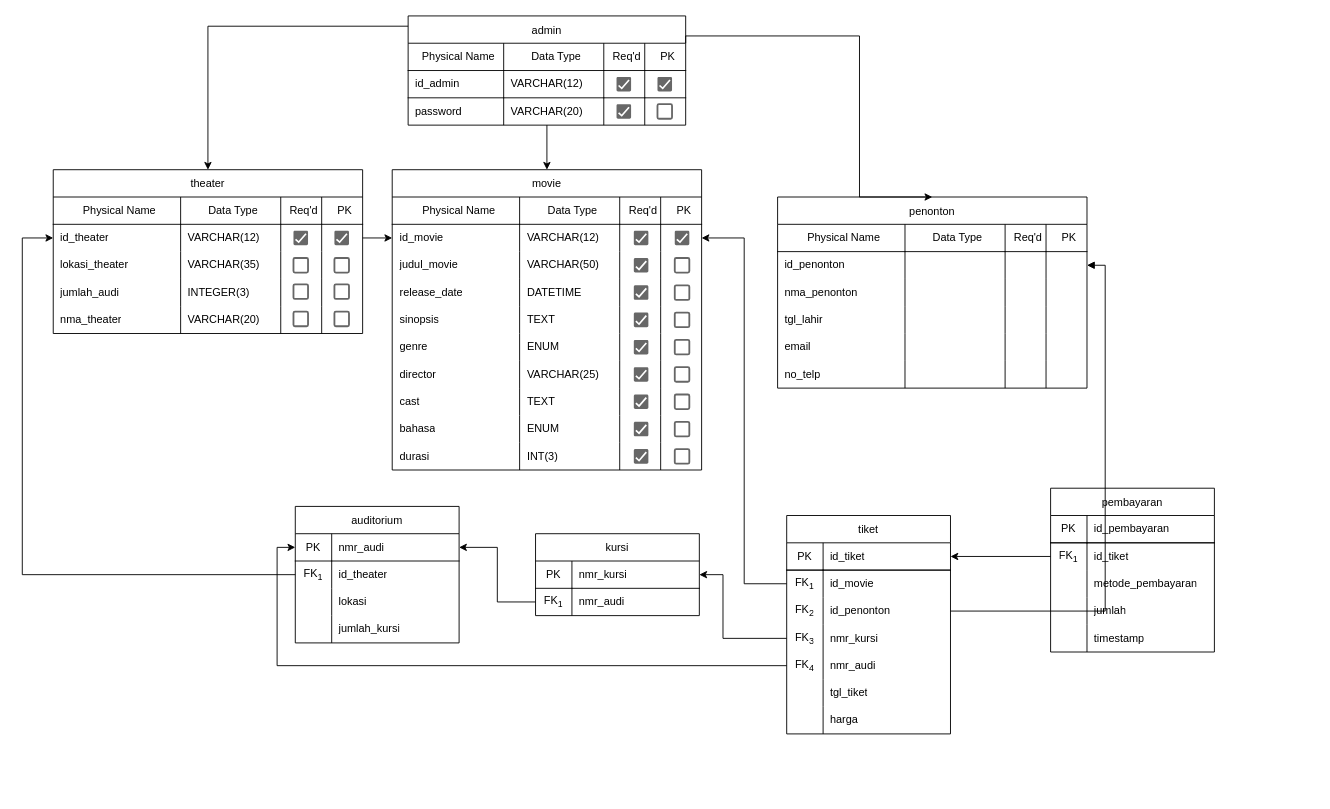
Before: movie_pdm.drawio in vinnnna/sistem-basis-data, a draw.io diagram. Source tidied: cells renumbered, new cells numbered last; positions are measured from the earlier drawing's top-left corner, leaving out a move shared by most shapes. Both pictures are drawn from the tidied source at 91%, with x=0, y=0 at pixel (22, 15).
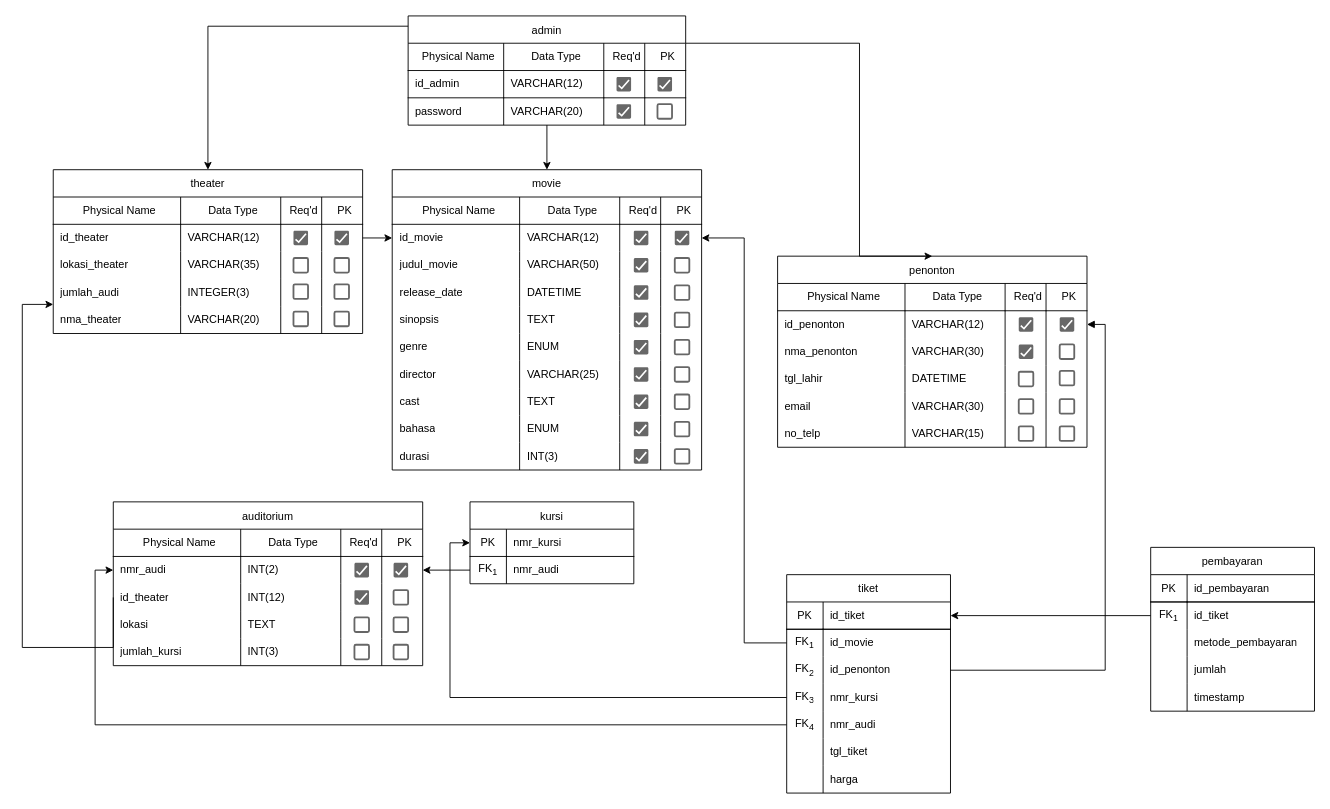
Above is the later version.

Unchanged cells that the change refers to:
```xml
<mxCell id="8" style="shape=tableRow;horizontal=0;startSize=0;swimlaneHead=0;swimlaneBody=0;top=0;left=0;bottom=0;right=0;fillColor=none;points=[[0,0.5],[1,0.5]];portConstraint=eastwest;strokeColor=inherit;fontSize=12;" parent="2" vertex="1">
  <mxGeometry y="60" width="340" height="30" as="geometry" />
</mxCell>
<mxCell id="89" style="shape=tableRow;horizontal=0;startSize=0;swimlaneHead=0;swimlaneBody=0;top=0;left=0;bottom=0;right=0;fillColor=none;points=[[0,0.5],[1,0.5]];portConstraint=eastwest;strokeColor=inherit;fontSize=12;" parent="79" vertex="1">
  <mxGeometry y="120" width="180" height="30" as="geometry" />
</mxCell>
<mxCell id="123" style="shape=tableRow;horizontal=0;startSize=0;swimlaneHead=0;swimlaneBody=0;top=0;left=0;bottom=0;right=0;fillColor=none;points=[[0,0.5],[1,0.5]];portConstraint=eastwest;strokeColor=inherit;fontSize=12;" parent="117" vertex="1">
  <mxGeometry y="60" width="340" height="30" as="geometry" />
</mxCell>
<mxCell id="128" style="shape=tableRow;horizontal=0;startSize=0;swimlaneHead=0;swimlaneBody=0;top=0;left=0;bottom=0;right=0;fillColor=none;strokeColor=inherit;fontSize=12;" parent="117" vertex="1">
  <mxGeometry y="90" width="340" height="30" as="geometry" />
</mxCell>
<mxCell id="133" style="shape=tableRow;horizontal=0;startSize=0;swimlaneHead=0;swimlaneBody=0;top=0;left=0;bottom=0;right=0;fillColor=none;strokeColor=inherit;fontSize=12;" parent="117" vertex="1">
  <mxGeometry y="120" width="340" height="30" as="geometry" />
</mxCell>
<mxCell id="138" style="shape=tableRow;horizontal=0;startSize=0;swimlaneHead=0;swimlaneBody=0;top=0;left=0;bottom=0;right=0;fillColor=none;strokeColor=inherit;fontSize=12;" parent="117" vertex="1">
  <mxGeometry y="150" width="340" height="30" as="geometry" />
</mxCell>
<mxCell id="143" style="shape=tableRow;horizontal=0;startSize=0;swimlaneHead=0;swimlaneBody=0;top=0;left=0;bottom=0;right=0;fillColor=none;strokeColor=inherit;fontSize=12;" parent="117" vertex="1">
  <mxGeometry y="180" width="340" height="30" as="geometry" />
</mxCell>
<mxCell id="150" value="admin" style="shape=table;startSize=30;childLayout=tableLayout;rowLines=0;fontStyle=0;strokeColor=default;fontSize=12;" parent="1" vertex="1">
  <mxGeometry x="424" width="305" height="120" as="geometry" />
</mxCell>
<mxCell id="180" style="shape=tableRow;horizontal=0;startSize=0;swimlaneHead=0;swimlaneBody=0;top=0;left=0;bottom=0;right=0;fillColor=none;points=[[0,0.5],[1,0.5]];portConstraint=eastwest;strokeColor=inherit;fontSize=12;" parent="179" vertex="1">
  <mxGeometry y="30" width="180" height="30" as="geometry" />
</mxCell>
```

The edit, as a diff of the source:
```diff
@@
     <mxCell id="79" value="tiket" style="shape=table;startSize=30;childLayout=tableLayout;rowLines=0;fontStyle=0;strokeColor=default;fontSize=12;" parent="1" vertex="1">
-      <mxGeometry x="840" y="549" width="180" height="240" as="geometry" />
+      <mxGeometry x="840" y="614" width="180" height="240" as="geometry" />
     </mxCell>
@@
     <mxCell id="101" value="pembayaran" style="shape=table;startSize=30;childLayout=tableLayout;rowLines=0;fontStyle=0;strokeColor=default;fontSize=12;" parent="1" vertex="1">
-      <mxGeometry x="1130" y="519" width="180" height="180" as="geometry" />
+      <mxGeometry x="1240" y="584" width="180" height="180" as="geometry" />
     </mxCell>
@@
     <mxCell id="117" value="penonton" style="shape=table;startSize=30;childLayout=tableLayout;rowLines=0;fontStyle=0;strokeColor=default;fontSize=12;" parent="1" vertex="1">
-      <mxGeometry x="830" y="199" width="340" height="210" as="geometry" />
+      <mxGeometry x="830" y="264" width="340" height="210" as="geometry" />
     </mxCell>
@@
-    <mxCell id="125" style="shape=partialRectangle;html=1;whiteSpace=wrap;fillColor=none;top=0;left=0;bottom=0;right=0;align=left;spacingLeft=6;overflow=hidden;strokeColor=inherit;fontSize=12;strokeWidth=1;" parent="123" vertex="1">
+    <mxCell id="125" value="VARCHAR(12)" style="shape=partialRectangle;html=1;whiteSpace=wrap;fillColor=none;top=0;left=0;bottom=0;right=0;align=left;spacingLeft=6;overflow=hidden;strokeColor=inherit;fontSize=12;strokeWidth=1;" parent="123" vertex="1">
       <mxGeometry x="140" width="110" height="30" as="geometry" />
     </mxCell>
@@
-    <mxCell id="130" style="shape=partialRectangle;html=1;whiteSpace=wrap;fillColor=none;top=0;left=0;bottom=0;right=0;align=left;spacingLeft=6;overflow=hidden;strokeColor=inherit;fontSize=12;" parent="128" vertex="1">
+    <mxCell id="130" value="VARCHAR(30)" style="shape=partialRectangle;html=1;whiteSpace=wrap;fillColor=none;top=0;left=0;bottom=0;right=0;align=left;spacingLeft=6;overflow=hidden;strokeColor=inherit;fontSize=12;" parent="128" vertex="1">
       <mxGeometry x="140" width="110" height="30" as="geometry" />
     </mxCell>
@@
-    <mxCell id="135" style="shape=partialRectangle;html=1;whiteSpace=wrap;fillColor=none;top=0;left=0;bottom=0;right=0;align=left;spacingLeft=6;overflow=hidden;strokeColor=inherit;fontSize=12;" parent="133" vertex="1">
+    <mxCell id="135" value="DATETIME" style="shape=partialRectangle;html=1;whiteSpace=wrap;fillColor=none;top=0;left=0;bottom=0;right=0;align=left;spacingLeft=6;overflow=hidden;strokeColor=inherit;fontSize=12;" parent="133" vertex="1">
       <mxGeometry x="140" width="110" height="30" as="geometry" />
     </mxCell>
@@
-    <mxCell id="140" style="shape=partialRectangle;html=1;whiteSpace=wrap;fillColor=none;top=0;left=0;bottom=0;right=0;align=left;spacingLeft=6;overflow=hidden;strokeColor=inherit;fontSize=12;" parent="138" vertex="1">
+    <mxCell id="140" value="VARCHAR(30)" style="shape=partialRectangle;html=1;whiteSpace=wrap;fillColor=none;top=0;left=0;bottom=0;right=0;align=left;spacingLeft=6;overflow=hidden;strokeColor=inherit;fontSize=12;" parent="138" vertex="1">
       <mxGeometry x="140" width="110" height="30" as="geometry" />
     </mxCell>
@@
-    <mxCell id="145" style="shape=partialRectangle;html=1;whiteSpace=wrap;fillColor=none;top=0;left=0;bottom=0;right=0;align=left;spacingLeft=6;overflow=hidden;strokeColor=inherit;fontSize=12;" parent="143" vertex="1">
+    <mxCell id="145" value="VARCHAR(15)" style="shape=partialRectangle;html=1;whiteSpace=wrap;fillColor=none;top=0;left=0;bottom=0;right=0;align=left;spacingLeft=6;overflow=hidden;strokeColor=inherit;fontSize=12;" parent="143" vertex="1">
       <mxGeometry x="140" width="110" height="30" as="geometry" />
     </mxCell>
@@
     <mxCell id="166" value="auditorium" style="shape=table;startSize=30;childLayout=tableLayout;rowLines=0;fontStyle=0;strokeColor=default;fontSize=12;" parent="1" vertex="1">
-      <mxGeometry x="300" y="539" width="180" height="150" as="geometry" />
+      <mxGeometry x="100" y="534" width="340" height="180" as="geometry" />
     </mxCell>
+    <mxCell id="225" style="shape=tableRow;horizontal=0;startSize=0;swimlaneHead=0;swimlaneBody=0;top=0;left=0;bottom=0;right=0;fillColor=none;strokeColor=inherit;fontSize=12;" parent="166" vertex="1">
+      <mxGeometry y="30" width="340" height="30" as="geometry" />
+    </mxCell>
+    <mxCell id="226" value="Physical Name" style="shape=partialRectangle;html=1;whiteSpace=wrap;fillColor=none;top=0;left=0;bottom=1;right=0;align=center;spacingLeft=6;overflow=hidden;strokeColor=inherit;fontSize=12;strokeWidth=1;" parent="225" vertex="1">
+      <mxGeometry width="140" height="30" as="geometry" />
+    </mxCell>
+    <mxCell id="227" value="Data Type" style="shape=partialRectangle;html=1;whiteSpace=wrap;fillColor=none;top=0;left=0;bottom=1;right=0;align=center;spacingLeft=6;overflow=hidden;strokeColor=inherit;fontSize=12;strokeWidth=1;" parent="225" vertex="1">
+      <mxGeometry x="140" width="110" height="30" as="geometry" />
+    </mxCell>
+    <mxCell id="228" value="Req'd" style="shape=partialRectangle;html=1;whiteSpace=wrap;fillColor=none;top=0;left=0;bottom=1;right=0;align=center;spacingLeft=6;overflow=hidden;strokeColor=inherit;fontSize=12;strokeWidth=1;" parent="225" vertex="1">
+      <mxGeometry x="250" width="45" height="30" as="geometry" />
+    </mxCell>
+    <mxCell id="168" value="PK" style="shape=partialRectangle;html=1;whiteSpace=wrap;fillColor=none;top=0;left=0;bottom=1;right=0;align=center;spacingLeft=6;overflow=hidden;strokeColor=inherit;fontSize=12;strokeWidth=1;" parent="225" vertex="1">
+      <mxGeometry x="295" width="45" height="30" as="geometry" />
+    </mxCell>
     <mxCell id="167" style="shape=tableRow;horizontal=0;startSize=0;swimlaneHead=0;swimlaneBody=0;top=0;left=0;bottom=0;right=0;fillColor=none;points=[[0,0.5],[1,0.5]];portConstraint=eastwest;strokeColor=inherit;fontSize=12;" parent="166" vertex="1">
-      <mxGeometry y="30" width="180" height="30" as="geometry" />
+      <mxGeometry y="60" width="340" height="30" as="geometry" />
     </mxCell>
-    <mxCell id="168" value="PK" style="shape=partialRectangle;html=1;whiteSpace=wrap;fillColor=none;top=0;left=0;bottom=1;right=0;overflow=hidden;strokeColor=inherit;fontSize=12;" parent="167" vertex="1">
-      <mxGeometry width="40" height="30" as="geometry" />
-    </mxCell>
-    <mxCell id="169" value="nmr_audi" style="shape=partialRectangle;html=1;whiteSpace=wrap;fillColor=none;top=0;left=0;bottom=1;right=0;align=left;spacingLeft=6;overflow=hidden;strokeColor=inherit;fontSize=12;strokeWidth=1;" parent="167" vertex="1">
-      <mxGeometry x="40" width="140" height="30" as="geometry" />
+    <mxCell id="169" value="nmr_audi" style="shape=partialRectangle;html=1;whiteSpace=wrap;fillColor=none;top=0;left=0;bottom=0;right=0;align=left;spacingLeft=6;overflow=hidden;strokeColor=inherit;fontSize=12;strokeWidth=1;" parent="167" vertex="1">
+      <mxGeometry width="140" height="30" as="geometry" />
     </mxCell>
+    <mxCell id="229" value="INT(2)" style="shape=partialRectangle;html=1;whiteSpace=wrap;fillColor=none;top=0;left=0;bottom=0;right=0;align=left;spacingLeft=6;overflow=hidden;strokeColor=inherit;fontSize=12;strokeWidth=1;" parent="167" vertex="1">
+      <mxGeometry x="140" width="110" height="30" as="geometry" />
+    </mxCell>
+    <mxCell id="230" style="shape=partialRectangle;html=1;whiteSpace=wrap;fillColor=none;top=0;left=0;bottom=0;right=0;align=left;spacingLeft=6;overflow=hidden;strokeColor=inherit;fontSize=12;strokeWidth=1;" parent="167" vertex="1">
+      <mxGeometry x="250" width="45" height="30" as="geometry" />
+    </mxCell>
+    <mxCell id="231" style="shape=partialRectangle;html=1;whiteSpace=wrap;fillColor=none;top=0;left=0;bottom=0;right=0;align=left;spacingLeft=6;overflow=hidden;strokeColor=inherit;fontSize=12;strokeWidth=1;" parent="167" vertex="1">
+      <mxGeometry x="295" width="45" height="30" as="geometry" />
+    </mxCell>
     <mxCell id="170" style="shape=tableRow;horizontal=0;startSize=0;swimlaneHead=0;swimlaneBody=0;top=0;left=0;bottom=0;right=0;fillColor=none;points=[[0,0.5],[1,0.5]];portConstraint=eastwest;strokeColor=inherit;fontSize=12;" parent="166" vertex="1">
-      <mxGeometry y="60" width="180" height="30" as="geometry" />
+      <mxGeometry y="90" width="340" height="30" as="geometry" />
     </mxCell>
-    <mxCell id="171" value="FK&lt;sub&gt;1&lt;/sub&gt;" style="shape=partialRectangle;html=1;whiteSpace=wrap;fillColor=none;top=0;left=0;bottom=0;right=0;overflow=hidden;strokeColor=inherit;fontSize=12;" parent="170" vertex="1">
-      <mxGeometry width="40" height="30" as="geometry" />
-    </mxCell>
     <mxCell id="172" value="id_theater" style="shape=partialRectangle;html=1;whiteSpace=wrap;fillColor=none;top=0;left=0;bottom=0;right=0;align=left;spacingLeft=6;overflow=hidden;strokeColor=inherit;fontSize=12;" parent="170" vertex="1">
-      <mxGeometry x="40" width="140" height="30" as="geometry" />
+      <mxGeometry width="140" height="30" as="geometry" />
     </mxCell>
+    <mxCell id="232" value="INT(12)" style="shape=partialRectangle;html=1;whiteSpace=wrap;fillColor=none;top=0;left=0;bottom=0;right=0;align=left;spacingLeft=6;overflow=hidden;strokeColor=inherit;fontSize=12;" parent="170" vertex="1">
+      <mxGeometry x="140" width="110" height="30" as="geometry" />
+    </mxCell>
+    <mxCell id="233" style="shape=partialRectangle;html=1;whiteSpace=wrap;fillColor=none;top=0;left=0;bottom=0;right=0;align=left;spacingLeft=6;overflow=hidden;strokeColor=inherit;fontSize=12;" parent="170" vertex="1">
+      <mxGeometry x="250" width="45" height="30" as="geometry" />
+    </mxCell>
+    <mxCell id="234" style="shape=partialRectangle;html=1;whiteSpace=wrap;fillColor=none;top=0;left=0;bottom=0;right=0;align=left;spacingLeft=6;overflow=hidden;strokeColor=inherit;fontSize=12;" parent="170" vertex="1">
+      <mxGeometry x="295" width="45" height="30" as="geometry" />
+    </mxCell>
     <mxCell id="173" style="shape=tableRow;horizontal=0;startSize=0;swimlaneHead=0;swimlaneBody=0;top=0;left=0;bottom=0;right=0;fillColor=none;strokeColor=inherit;fontSize=12;" parent="166" vertex="1">
-      <mxGeometry y="90" width="180" height="30" as="geometry" />
+      <mxGeometry y="120" width="340" height="30" as="geometry" />
     </mxCell>
-    <mxCell id="174" style="shape=partialRectangle;html=1;whiteSpace=wrap;fillColor=none;top=0;left=0;bottom=0;right=0;overflow=hidden;strokeColor=inherit;fontSize=12;" parent="173" vertex="1">
-      <mxGeometry width="40" height="30" as="geometry" />
-    </mxCell>
     <mxCell id="175" value="lokasi" style="shape=partialRectangle;html=1;whiteSpace=wrap;fillColor=none;top=0;left=0;bottom=0;right=0;align=left;spacingLeft=6;overflow=hidden;strokeColor=inherit;fontSize=12;" parent="173" vertex="1">
-      <mxGeometry x="40" width="140" height="30" as="geometry" />
+      <mxGeometry width="140" height="30" as="geometry" />
     </mxCell>
+    <mxCell id="235" value="TEXT" style="shape=partialRectangle;html=1;whiteSpace=wrap;fillColor=none;top=0;left=0;bottom=0;right=0;align=left;spacingLeft=6;overflow=hidden;strokeColor=inherit;fontSize=12;" parent="173" vertex="1">
+      <mxGeometry x="140" width="110" height="30" as="geometry" />
+    </mxCell>
+    <mxCell id="236" style="shape=partialRectangle;html=1;whiteSpace=wrap;fillColor=none;top=0;left=0;bottom=0;right=0;align=left;spacingLeft=6;overflow=hidden;strokeColor=inherit;fontSize=12;" parent="173" vertex="1">
+      <mxGeometry x="250" width="45" height="30" as="geometry" />
+    </mxCell>
+    <mxCell id="237" style="shape=partialRectangle;html=1;whiteSpace=wrap;fillColor=none;top=0;left=0;bottom=0;right=0;align=left;spacingLeft=6;overflow=hidden;strokeColor=inherit;fontSize=12;" parent="173" vertex="1">
+      <mxGeometry x="295" width="45" height="30" as="geometry" />
+    </mxCell>
     <mxCell id="176" style="shape=tableRow;horizontal=0;startSize=0;swimlaneHead=0;swimlaneBody=0;top=0;left=0;bottom=0;right=0;fillColor=none;strokeColor=inherit;fontSize=12;" parent="166" vertex="1">
-      <mxGeometry y="120" width="180" height="30" as="geometry" />
+      <mxGeometry y="150" width="340" height="30" as="geometry" />
     </mxCell>
-    <mxCell id="177" style="shape=partialRectangle;html=1;whiteSpace=wrap;fillColor=none;top=0;left=0;bottom=0;right=0;overflow=hidden;strokeColor=inherit;fontSize=12;" parent="176" vertex="1">
-      <mxGeometry width="40" height="30" as="geometry" />
-    </mxCell>
     <mxCell id="178" value="jumlah_kursi" style="shape=partialRectangle;html=1;whiteSpace=wrap;fillColor=none;top=0;left=0;bottom=0;right=0;align=left;spacingLeft=6;overflow=hidden;strokeColor=inherit;fontSize=12;" parent="176" vertex="1">
-      <mxGeometry x="40" width="140" height="30" as="geometry" />
+      <mxGeometry width="140" height="30" as="geometry" />
     </mxCell>
+    <mxCell id="238" value="INT(3)" style="shape=partialRectangle;html=1;whiteSpace=wrap;fillColor=none;top=0;left=0;bottom=0;right=0;align=left;spacingLeft=6;overflow=hidden;strokeColor=inherit;fontSize=12;" parent="176" vertex="1">
+      <mxGeometry x="140" width="110" height="30" as="geometry" />
+    </mxCell>
+    <mxCell id="239" style="shape=partialRectangle;html=1;whiteSpace=wrap;fillColor=none;top=0;left=0;bottom=0;right=0;align=left;spacingLeft=6;overflow=hidden;strokeColor=inherit;fontSize=12;" parent="176" vertex="1">
+      <mxGeometry x="250" width="45" height="30" as="geometry" />
+    </mxCell>
+    <mxCell id="240" style="shape=partialRectangle;html=1;whiteSpace=wrap;fillColor=none;top=0;left=0;bottom=0;right=0;align=left;spacingLeft=6;overflow=hidden;strokeColor=inherit;fontSize=12;" parent="176" vertex="1">
+      <mxGeometry x="295" width="45" height="30" as="geometry" />
+    </mxCell>
     <mxCell id="179" value="kursi" style="shape=table;startSize=30;childLayout=tableLayout;rowLines=0;fontStyle=0;strokeColor=default;fontSize=12;" parent="1" vertex="1">
-      <mxGeometry x="564" y="569" width="180" height="90" as="geometry" />
+      <mxGeometry x="492" y="534" width="180" height="90" as="geometry" />
     </mxCell>
@@
-    <mxCell id="190" style="edgeStyle=orthogonalEdgeStyle;rounded=0;jettySize=auto;html=1;exitX=0;exitY=0.5;exitDx=0;exitDy=0;entryX=1;entryY=0.5;entryDx=0;entryDy=0;" parent="1" edge="1" source="89" target="180">
+    <mxCell id="190" style="edgeStyle=orthogonalEdgeStyle;rounded=0;jettySize=auto;html=1;exitX=0;exitY=0.5;exitDx=0;exitDy=0;entryX=0;entryY=0.5;entryDx=0;entryDy=0;" parent="1" edge="1" source="89" target="180">
       <mxGeometry relative="1" as="geometry">
         <Array as="points">
-          <mxPoint x="770" y="684" />
-          <mxPoint x="770" y="614" />
+          <mxPoint x="470" y="749" />
+          <mxPoint x="470" y="579" />
         </Array>
       </mxGeometry>
     </mxCell>
@@
     <mxCell id="192" style="edgeStyle=orthogonalEdgeStyle;rounded=0;jettySize=auto;html=1;entryX=0.5;entryY=0;entryDx=0;entryDy=0;exitX=1;exitY=0.25;exitDx=0;exitDy=0;" parent="1" edge="1" source="150" target="117">
       <mxGeometry relative="1" as="geometry">
         <Array as="points">
-          <mxPoint x="920" y="22" />
+          <mxPoint x="920" y="30" />
+          <mxPoint x="920" y="264" />
         </Array>
       </mxGeometry>
     </mxCell>
-    <mxCell id="193" style="edgeStyle=orthogonalEdgeStyle;rounded=0;jettySize=auto;html=1;exitX=0;exitY=0.5;exitDx=0;exitDy=0;entryX=0;entryY=0.5;entryDx=0;entryDy=0;" parent="1" edge="1" source="170" target="8">
+    <mxCell id="193" style="edgeStyle=orthogonalEdgeStyle;rounded=0;jettySize=auto;html=1;entryX=0;entryY=0.5;entryDx=0;entryDy=0;exitX=0;exitY=0.5;exitDx=0;exitDy=0;" parent="1" edge="1" source="170">
       <mxGeometry relative="1" as="geometry">
+        <mxPoint x="34" y="317" as="targetPoint" />
         <Array as="points">
-          <mxPoint y="614" />
-          <mxPoint y="244" />
+          <mxPoint y="694" />
+          <mxPoint y="317" />
         </Array>
       </mxGeometry>
     </mxCell>
@@
+    <mxCell id="241" style="dashed=0;labelPosition=right;align=left;shape=mxgraph.gmdl.checkbox;strokeColor=none;fillColor=#676767;strokeWidth=2;sketch=0;html=1;" parent="1" vertex="1">
+      <mxGeometry x="1095" y="331" width="16" height="16" as="geometry" />
+    </mxCell>
+    <mxCell id="242" style="dashed=0;labelPosition=right;align=left;shape=mxgraph.gmdl.checkbox;strokeColor=none;fillColor=#676767;strokeWidth=2;sketch=0;html=1;" parent="1" vertex="1">
+      <mxGeometry x="1140" y="331" width="16" height="16" as="geometry" />
+    </mxCell>
+    <mxCell id="243" style="dashed=0;labelPosition=right;align=left;shape=mxgraph.gmdl.checkbox;strokeColor=#666666;fillColor=none;strokeWidth=2;sketch=0;html=1;" parent="1" vertex="1">
+      <mxGeometry x="1140" y="361" width="16" height="16" as="geometry" />
+    </mxCell>
+    <mxCell id="244" style="dashed=0;labelPosition=right;align=left;shape=mxgraph.gmdl.checkbox;strokeColor=none;fillColor=#676767;strokeWidth=2;sketch=0;html=1;" parent="1" vertex="1">
+      <mxGeometry x="1095" y="361" width="16" height="16" as="geometry" />
+    </mxCell>
+    <mxCell id="245" style="dashed=0;labelPosition=right;align=left;shape=mxgraph.gmdl.checkbox;strokeColor=#666666;fillColor=none;strokeWidth=2;sketch=0;html=1;" parent="1" vertex="1">
+      <mxGeometry x="1095" y="391" width="16" height="16" as="geometry" />
+    </mxCell>
+    <mxCell id="246" style="dashed=0;labelPosition=right;align=left;shape=mxgraph.gmdl.checkbox;strokeColor=#666666;fillColor=none;strokeWidth=2;sketch=0;html=1;" parent="1" vertex="1">
+      <mxGeometry x="1140" y="390" width="16" height="16" as="geometry" />
+    </mxCell>
+    <mxCell id="247" style="dashed=0;labelPosition=right;align=left;shape=mxgraph.gmdl.checkbox;strokeColor=#666666;fillColor=none;strokeWidth=2;sketch=0;html=1;" parent="1" vertex="1">
+      <mxGeometry x="1095" y="421" width="16" height="16" as="geometry" />
+    </mxCell>
+    <mxCell id="248" style="dashed=0;labelPosition=right;align=left;shape=mxgraph.gmdl.checkbox;strokeColor=#666666;fillColor=none;strokeWidth=2;sketch=0;html=1;" parent="1" vertex="1">
+      <mxGeometry x="1140" y="421" width="16" height="16" as="geometry" />
+    </mxCell>
+    <mxCell id="249" style="dashed=0;labelPosition=right;align=left;shape=mxgraph.gmdl.checkbox;strokeColor=#666666;fillColor=none;strokeWidth=2;sketch=0;html=1;" parent="1" vertex="1">
+      <mxGeometry x="1095" y="451" width="16" height="16" as="geometry" />
+    </mxCell>
+    <mxCell id="250" style="dashed=0;labelPosition=right;align=left;shape=mxgraph.gmdl.checkbox;strokeColor=#666666;fillColor=none;strokeWidth=2;sketch=0;html=1;" parent="1" vertex="1">
+      <mxGeometry x="1140" y="451" width="16" height="16" as="geometry" />
+    </mxCell>
+    <mxCell id="251" style="dashed=0;labelPosition=right;align=left;shape=mxgraph.gmdl.checkbox;strokeColor=none;fillColor=#676767;strokeWidth=2;sketch=0;html=1;" parent="1" vertex="1">
+      <mxGeometry x="365" y="601" width="16" height="16" as="geometry" />
+    </mxCell>
+    <mxCell id="252" style="dashed=0;labelPosition=right;align=left;shape=mxgraph.gmdl.checkbox;strokeColor=#666666;fillColor=none;strokeWidth=2;sketch=0;html=1;" parent="1" vertex="1">
+      <mxGeometry x="365" y="661" width="16" height="16" as="geometry" />
+    </mxCell>
+    <mxCell id="253" style="dashed=0;labelPosition=right;align=left;shape=mxgraph.gmdl.checkbox;strokeColor=#666666;fillColor=none;strokeWidth=2;sketch=0;html=1;" parent="1" vertex="1">
+      <mxGeometry x="365" y="691" width="16" height="16" as="geometry" />
+    </mxCell>
+    <mxCell id="254" style="dashed=0;labelPosition=right;align=left;shape=mxgraph.gmdl.checkbox;strokeColor=none;fillColor=#676767;strokeWidth=2;sketch=0;html=1;" parent="1" vertex="1">
+      <mxGeometry x="365" y="631" width="16" height="16" as="geometry" />
+    </mxCell>
+    <mxCell id="255" style="dashed=0;labelPosition=right;align=left;shape=mxgraph.gmdl.checkbox;strokeColor=none;fillColor=#676767;strokeWidth=2;sketch=0;html=1;" parent="1" vertex="1">
+      <mxGeometry x="408" y="601" width="16" height="16" as="geometry" />
+    </mxCell>
+    <mxCell id="256" style="dashed=0;labelPosition=right;align=left;shape=mxgraph.gmdl.checkbox;strokeColor=#666666;fillColor=none;strokeWidth=2;sketch=0;html=1;" parent="1" vertex="1">
+      <mxGeometry x="408" y="631" width="16" height="16" as="geometry" />
+    </mxCell>
+    <mxCell id="257" style="dashed=0;labelPosition=right;align=left;shape=mxgraph.gmdl.checkbox;strokeColor=#666666;fillColor=none;strokeWidth=2;sketch=0;html=1;" parent="1" vertex="1">
+      <mxGeometry x="408" y="661" width="16" height="16" as="geometry" />
+    </mxCell>
+    <mxCell id="258" style="dashed=0;labelPosition=right;align=left;shape=mxgraph.gmdl.checkbox;strokeColor=#666666;fillColor=none;strokeWidth=2;sketch=0;html=1;" parent="1" vertex="1">
+      <mxGeometry x="408" y="691" width="16" height="16" as="geometry" />
+    </mxCell>
```
